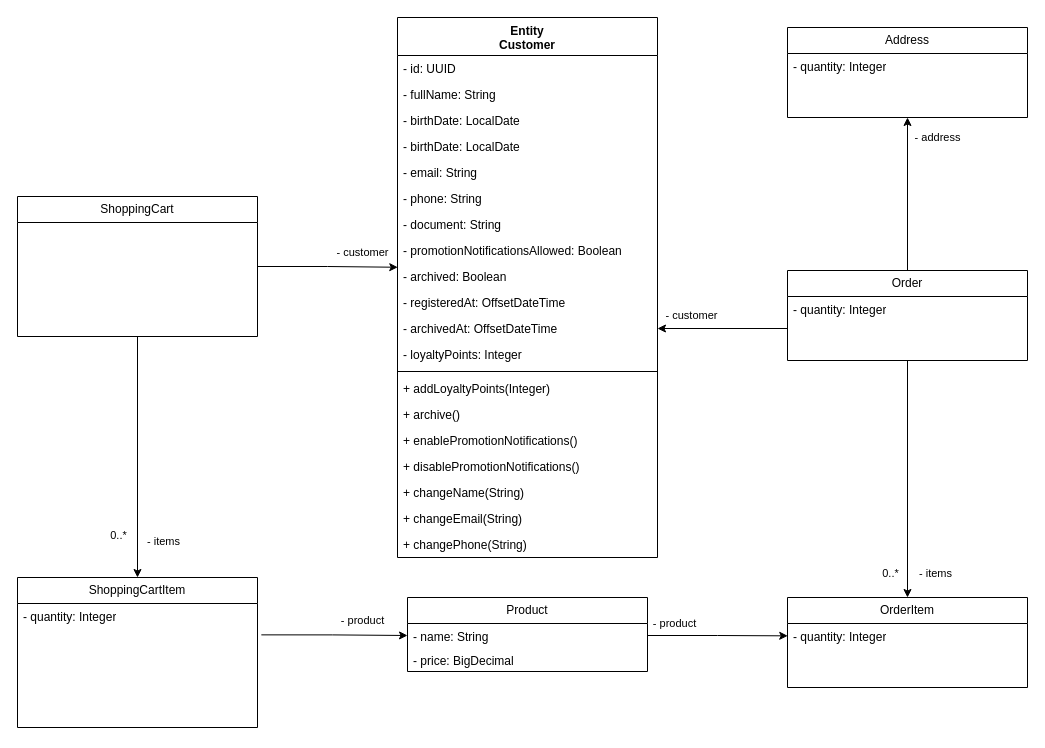
Before: page "Página-1" (1 of 2) of Algashop domain model.drawio in dhsouza/algashop-docs, a draw.io diagram. Source tidied: cells renumbered, new cells numbered last; positions are measured from the earlier drawing's top-left corner, leaving out a move shared by most shapes. Both pictures are drawn from the tidied source at 100%, with x=0, y=0 at pixel (17, 17).
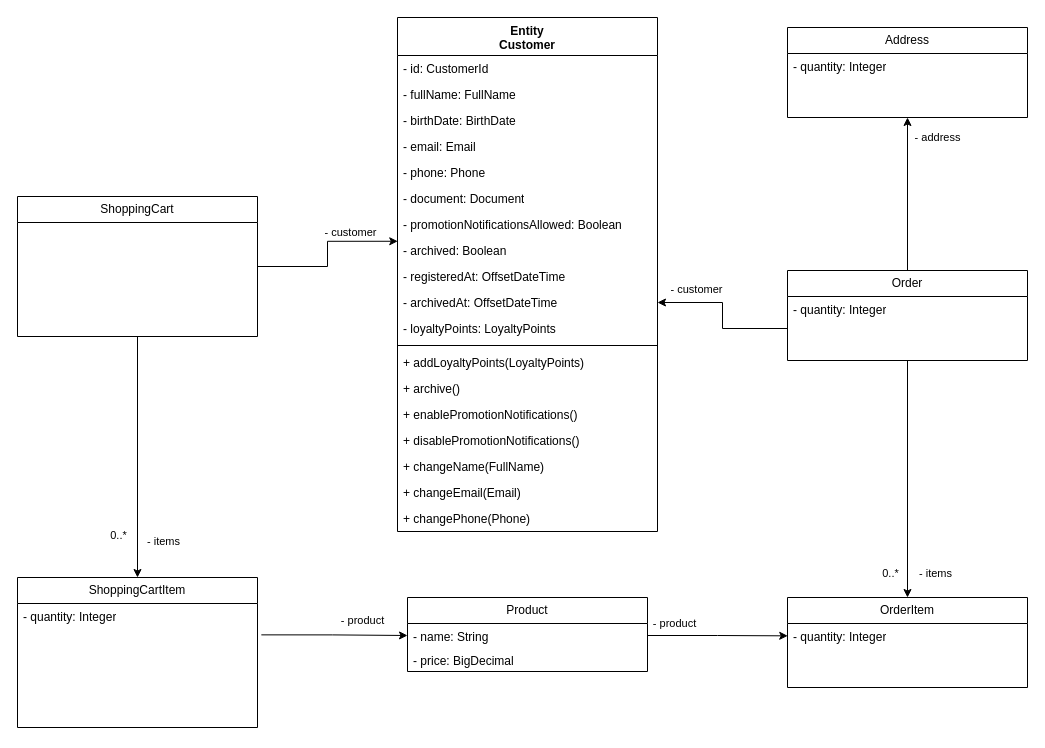
The same diagram, later.

Commit message:
chore: change attributes to Value Objects

The edit, as a diff of the source:
```diff
@@
     <mxCell id="2" value="Entity&lt;div&gt;Customer&lt;/div&gt;" style="swimlane;fontStyle=1;align=center;verticalAlign=top;horizontal=1;startSize=38;whiteSpace=wrap;html=1;" parent="1" vertex="1">
-      <mxGeometry x="380" width="260" height="540" as="geometry" />
+      <mxGeometry x="380" width="260" height="514" as="geometry" />
     </mxCell>
-    <mxCell id="3" value="- id: UUID" style="text;strokeColor=none;fillColor=none;align=left;verticalAlign=top;spacingLeft=4;spacingRight=4;overflow=hidden;whiteSpace=wrap;html=1;" parent="2" vertex="1">
+    <mxCell id="3" value="- id: CustomerId" style="text;strokeColor=none;fillColor=none;align=left;verticalAlign=top;spacingLeft=4;spacingRight=4;overflow=hidden;whiteSpace=wrap;html=1;" parent="2" vertex="1">
       <mxGeometry y="38" width="260" height="26" as="geometry" />
     </mxCell>
-    <mxCell id="4" value="-&amp;nbsp;fullName: String" style="text;strokeColor=none;fillColor=none;align=left;verticalAlign=top;spacingLeft=4;spacingRight=4;overflow=hidden;whiteSpace=wrap;html=1;" parent="2" vertex="1">
+    <mxCell id="4" value="-&amp;nbsp;fullName: FullName" style="text;strokeColor=none;fillColor=none;align=left;verticalAlign=top;spacingLeft=4;spacingRight=4;overflow=hidden;whiteSpace=wrap;html=1;" parent="2" vertex="1">
       <mxGeometry y="64" width="260" height="26" as="geometry" />
     </mxCell>
-    <mxCell id="5" value="-&amp;nbsp;birthDate: LocalDate" style="text;strokeColor=none;fillColor=none;align=left;verticalAlign=top;spacingLeft=4;spacingRight=4;overflow=hidden;whiteSpace=wrap;html=1;" parent="2" vertex="1">
+    <mxCell id="5" value="-&amp;nbsp;birthDate: BirthDate" style="text;strokeColor=none;fillColor=none;align=left;verticalAlign=top;spacingLeft=4;spacingRight=4;overflow=hidden;whiteSpace=wrap;html=1;" parent="2" vertex="1">
       <mxGeometry y="90" width="260" height="26" as="geometry" />
     </mxCell>
-    <mxCell id="6" value="-&amp;nbsp;birthDate: LocalDate" style="text;strokeColor=none;fillColor=none;align=left;verticalAlign=top;spacingLeft=4;spacingRight=4;overflow=hidden;whiteSpace=wrap;html=1;" parent="2" vertex="1">
-      <mxGeometry y="116" width="260" height="26" as="geometry" />
-    </mxCell>
-    <mxCell id="7" value="-&amp;nbsp;email: String" style="text;strokeColor=none;fillColor=none;align=left;verticalAlign=top;spacingLeft=4;spacingRight=4;overflow=hidden;whiteSpace=wrap;html=1;" parent="2" vertex="1">
-      <mxGeometry y="142" width="260" height="26" as="geometry" />
+    <mxCell id="7" value="-&amp;nbsp;email: Email" style="text;strokeColor=none;fillColor=none;align=left;verticalAlign=top;spacingLeft=4;spacingRight=4;overflow=hidden;whiteSpace=wrap;html=1;" parent="2" vertex="1">
+      <mxGeometry y="116" width="260" height="26" as="geometry" />
     </mxCell>
-    <mxCell id="8" value="-&amp;nbsp;phone: String" style="text;strokeColor=none;fillColor=none;align=left;verticalAlign=top;spacingLeft=4;spacingRight=4;overflow=hidden;whiteSpace=wrap;html=1;" parent="2" vertex="1">
-      <mxGeometry y="168" width="260" height="26" as="geometry" />
+    <mxCell id="8" value="-&amp;nbsp;phone: Phone" style="text;strokeColor=none;fillColor=none;align=left;verticalAlign=top;spacingLeft=4;spacingRight=4;overflow=hidden;whiteSpace=wrap;html=1;" parent="2" vertex="1">
+      <mxGeometry y="142" width="260" height="26" as="geometry" />
     </mxCell>
-    <mxCell id="9" value="-&amp;nbsp;document: String" style="text;strokeColor=none;fillColor=none;align=left;verticalAlign=top;spacingLeft=4;spacingRight=4;overflow=hidden;whiteSpace=wrap;html=1;" parent="2" vertex="1">
-      <mxGeometry y="194" width="260" height="26" as="geometry" />
+    <mxCell id="9" value="-&amp;nbsp;document: Docu&lt;span style=&quot;background-color: transparent; color: light-dark(rgb(0, 0, 0), rgb(255, 255, 255));&quot;&gt;ment&lt;/span&gt;" style="text;strokeColor=none;fillColor=none;align=left;verticalAlign=top;spacingLeft=4;spacingRight=4;overflow=hidden;whiteSpace=wrap;html=1;" parent="2" vertex="1">
+      <mxGeometry y="168" width="260" height="26" as="geometry" />
     </mxCell>
     <mxCell id="10" value="-&amp;nbsp;promotionNotificationsAllowed: Boolean" style="text;strokeColor=none;fillColor=none;align=left;verticalAlign=top;spacingLeft=4;spacingRight=4;overflow=hidden;whiteSpace=wrap;html=1;" parent="2" vertex="1">
-      <mxGeometry y="220" width="260" height="26" as="geometry" />
+      <mxGeometry y="194" width="260" height="26" as="geometry" />
     </mxCell>
     <mxCell id="11" value="-&amp;nbsp;archived: Boolean" style="text;strokeColor=none;fillColor=none;align=left;verticalAlign=top;spacingLeft=4;spacingRight=4;overflow=hidden;points=[[0,0.5],[1,0.5]];portConstraint=eastwest;whiteSpace=wrap;html=1;" parent="2" vertex="1">
-      <mxGeometry y="246" width="260" height="26" as="geometry" />
+      <mxGeometry y="220" width="260" height="26" as="geometry" />
     </mxCell>
     <mxCell id="12" value="-&amp;nbsp;registeredAt: OffsetDateTime" style="text;strokeColor=none;fillColor=none;align=left;verticalAlign=top;spacingLeft=4;spacingRight=4;overflow=hidden;whiteSpace=wrap;html=1;" parent="2" vertex="1">
-      <mxGeometry y="272" width="260" height="26" as="geometry" />
+      <mxGeometry y="246" width="260" height="26" as="geometry" />
     </mxCell>
     <mxCell id="13" value="-&amp;nbsp;archivedAt: OffsetDateTime" style="text;strokeColor=none;fillColor=none;align=left;verticalAlign=top;spacingLeft=4;spacingRight=4;overflow=hidden;points=[[0,0.5],[1,0.5]];portConstraint=eastwest;whiteSpace=wrap;html=1;" parent="2" vertex="1">
-      <mxGeometry y="298" width="260" height="26" as="geometry" />
+      <mxGeometry y="272" width="260" height="26" as="geometry" />
     </mxCell>
-    <mxCell id="14" value="-&amp;nbsp;loyaltyPoints: Integer" style="text;strokeColor=none;fillColor=none;align=left;verticalAlign=top;spacingLeft=4;spacingRight=4;overflow=hidden;whiteSpace=wrap;html=1;" parent="2" vertex="1">
-      <mxGeometry y="324" width="260" height="26" as="geometry" />
+    <mxCell id="14" value="-&amp;nbsp;loyaltyPoints: LoyaltyPoints" style="text;strokeColor=none;fillColor=none;align=left;verticalAlign=top;spacingLeft=4;spacingRight=4;overflow=hidden;whiteSpace=wrap;html=1;" parent="2" vertex="1">
+      <mxGeometry y="298" width="260" height="26" as="geometry" />
     </mxCell>
     <mxCell id="15" style="line;strokeWidth=1;fillColor=none;align=left;verticalAlign=middle;spacingTop=-1;spacingLeft=3;spacingRight=3;labelPosition=right;strokeColor=inherit;" parent="2" vertex="1">
-      <mxGeometry y="350" width="260" height="8" as="geometry" />
+      <mxGeometry y="324" width="260" height="8" as="geometry" />
     </mxCell>
-    <mxCell id="16" value="+ addLoyalty&lt;span style=&quot;background-color: transparent; color: light-dark(rgb(0, 0, 0), rgb(255, 255, 255));&quot;&gt;Points(Integer)&lt;/span&gt;" style="text;strokeColor=none;fillColor=none;align=left;verticalAlign=top;spacingLeft=4;spacingRight=4;overflow=hidden;whiteSpace=wrap;html=1;" parent="2" vertex="1">
-      <mxGeometry y="358" width="260" height="26" as="geometry" />
+    <mxCell id="16" value="+ addLoyalty&lt;span style=&quot;background-color: transparent; color: light-dark(rgb(0, 0, 0), rgb(255, 255, 255));&quot;&gt;Points(LoyaltyPoints)&lt;/span&gt;" style="text;strokeColor=none;fillColor=none;align=left;verticalAlign=top;spacingLeft=4;spacingRight=4;overflow=hidden;whiteSpace=wrap;html=1;" parent="2" vertex="1">
+      <mxGeometry y="332" width="260" height="26" as="geometry" />
     </mxCell>
     <mxCell id="17" value="+ archive()" style="text;strokeColor=none;fillColor=none;align=left;verticalAlign=top;spacingLeft=4;spacingRight=4;overflow=hidden;whiteSpace=wrap;html=1;" parent="2" vertex="1">
-      <mxGeometry y="384" width="260" height="26" as="geometry" />
+      <mxGeometry y="358" width="260" height="26" as="geometry" />
     </mxCell>
     <mxCell id="18" value="+ enablePromotionNotifications()" style="text;strokeColor=none;fillColor=none;align=left;verticalAlign=top;spacingLeft=4;spacingRight=4;overflow=hidden;whiteSpace=wrap;html=1;" parent="2" vertex="1">
-      <mxGeometry y="410" width="260" height="26" as="geometry" />
+      <mxGeometry y="384" width="260" height="26" as="geometry" />
     </mxCell>
     <mxCell id="19" value="+ disablePromotionNotifications()" style="text;strokeColor=none;fillColor=none;align=left;verticalAlign=top;spacingLeft=4;spacingRight=4;overflow=hidden;whiteSpace=wrap;html=1;" parent="2" vertex="1">
-      <mxGeometry y="436" width="260" height="26" as="geometry" />
+      <mxGeometry y="410" width="260" height="26" as="geometry" />
     </mxCell>
-    <mxCell id="20" value="+ changeName(String)" style="text;strokeColor=none;fillColor=none;align=left;verticalAlign=top;spacingLeft=4;spacingRight=4;overflow=hidden;whiteSpace=wrap;html=1;" parent="2" vertex="1">
-      <mxGeometry y="462" width="260" height="26" as="geometry" />
+    <mxCell id="20" value="+ changeName(FullName)" style="text;strokeColor=none;fillColor=none;align=left;verticalAlign=top;spacingLeft=4;spacingRight=4;overflow=hidden;whiteSpace=wrap;html=1;" parent="2" vertex="1">
+      <mxGeometry y="436" width="260" height="26" as="geometry" />
     </mxCell>
-    <mxCell id="21" value="+ changeEmail(String)" style="text;strokeColor=none;fillColor=none;align=left;verticalAlign=top;spacingLeft=4;spacingRight=4;overflow=hidden;whiteSpace=wrap;html=1;" parent="2" vertex="1">
-      <mxGeometry y="488" width="260" height="26" as="geometry" />
+    <mxCell id="21" value="+ changeEmail(Email)" style="text;strokeColor=none;fillColor=none;align=left;verticalAlign=top;spacingLeft=4;spacingRight=4;overflow=hidden;whiteSpace=wrap;html=1;" parent="2" vertex="1">
+      <mxGeometry y="462" width="260" height="26" as="geometry" />
     </mxCell>
-    <mxCell id="22" value="+&amp;nbsp;changePhone(String)" style="text;strokeColor=none;fillColor=none;align=left;verticalAlign=top;spacingLeft=4;spacingRight=4;overflow=hidden;whiteSpace=wrap;html=1;" parent="2" vertex="1">
-      <mxGeometry y="514" width="260" height="26" as="geometry" />
+    <mxCell id="22" value="+&amp;nbsp;changePhone(Phone)" style="text;strokeColor=none;fillColor=none;align=left;verticalAlign=top;spacingLeft=4;spacingRight=4;overflow=hidden;whiteSpace=wrap;html=1;" parent="2" vertex="1">
+      <mxGeometry y="488" width="260" height="26" as="geometry" />
     </mxCell>
```
